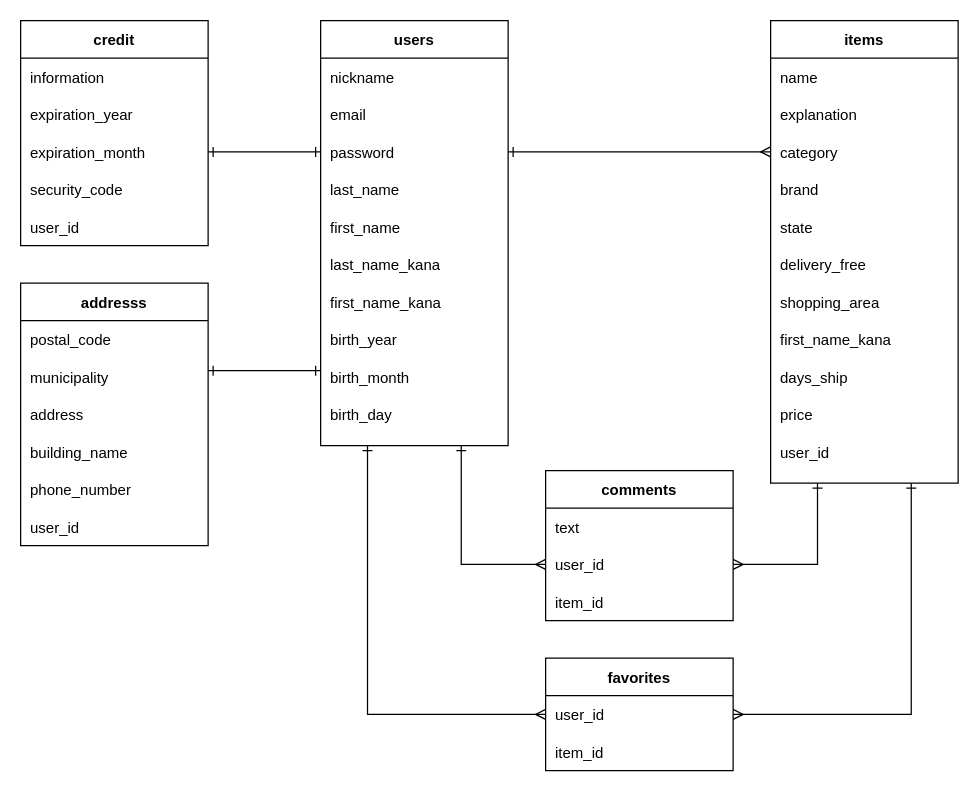
Above: furima.dio in ga-syu0106/furima-31534 (draw.io), before the change. Source tidied: cells renumbered, new cells numbered last; positions are measured from the earlier drawing's top-left corner, leaving out a move shared by most shapes. Both pictures are drawn from the tidied source at 125%, with x=0, y=0 at pixel (20, 20).
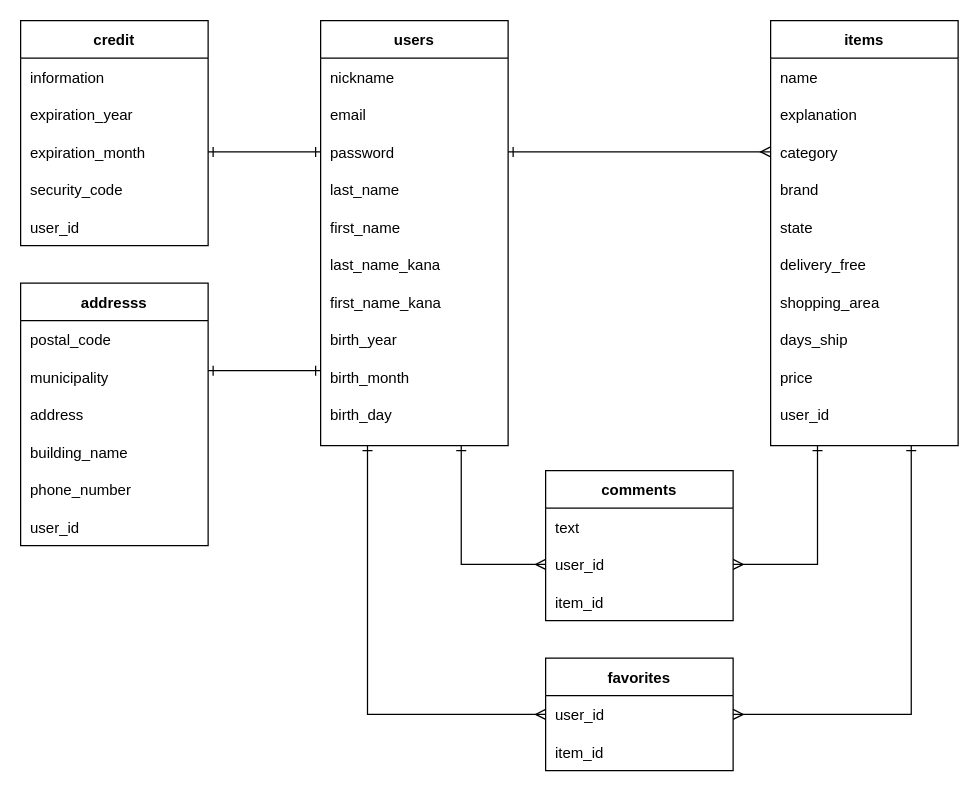
After the change.

Change to the diagram source:
```diff
@@
     <mxCell id="27" value="items" style="shape=table;startSize=30;childLayout=tableLayout;rowLines=0;fontStyle=1;align=center;" parent="1" vertex="1">
-      <mxGeometry x="600" width="150" height="370" as="geometry" />
+      <mxGeometry x="600" width="150" height="340" as="geometry" />
     </mxCell>
@@
-    <mxCell id="42" style="shape=partialRectangle;fillColor=none;top=0;left=0;bottom=0;right=0;" parent="27" vertex="1">
-      <mxGeometry y="240" width="150" height="30" as="geometry" />
-    </mxCell>
-    <mxCell id="43" value="first_name_kana" style="shape=partialRectangle;fillColor=none;top=0;left=0;bottom=0;right=0;align=left;spacingLeft=6;overflow=hidden;" parent="42" vertex="1">
-      <mxGeometry width="150" height="30" as="geometry" />
-    </mxCell>
     <mxCell id="44" style="shape=partialRectangle;fillColor=none;top=0;left=0;bottom=0;right=0;" parent="27" vertex="1">
-      <mxGeometry y="270" width="150" height="30" as="geometry" />
+      <mxGeometry y="240" width="150" height="30" as="geometry" />
     </mxCell>
@@
     <mxCell id="46" style="shape=partialRectangle;fillColor=none;top=0;left=0;bottom=0;right=0;" parent="27" vertex="1">
-      <mxGeometry y="300" width="150" height="30" as="geometry" />
+      <mxGeometry y="270" width="150" height="30" as="geometry" />
     </mxCell>
@@
     <mxCell id="48" style="shape=partialRectangle;fillColor=none;top=0;left=0;bottom=0;right=0;" parent="27" vertex="1">
-      <mxGeometry y="330" width="150" height="30" as="geometry" />
+      <mxGeometry y="300" width="150" height="30" as="geometry" />
     </mxCell>
```
